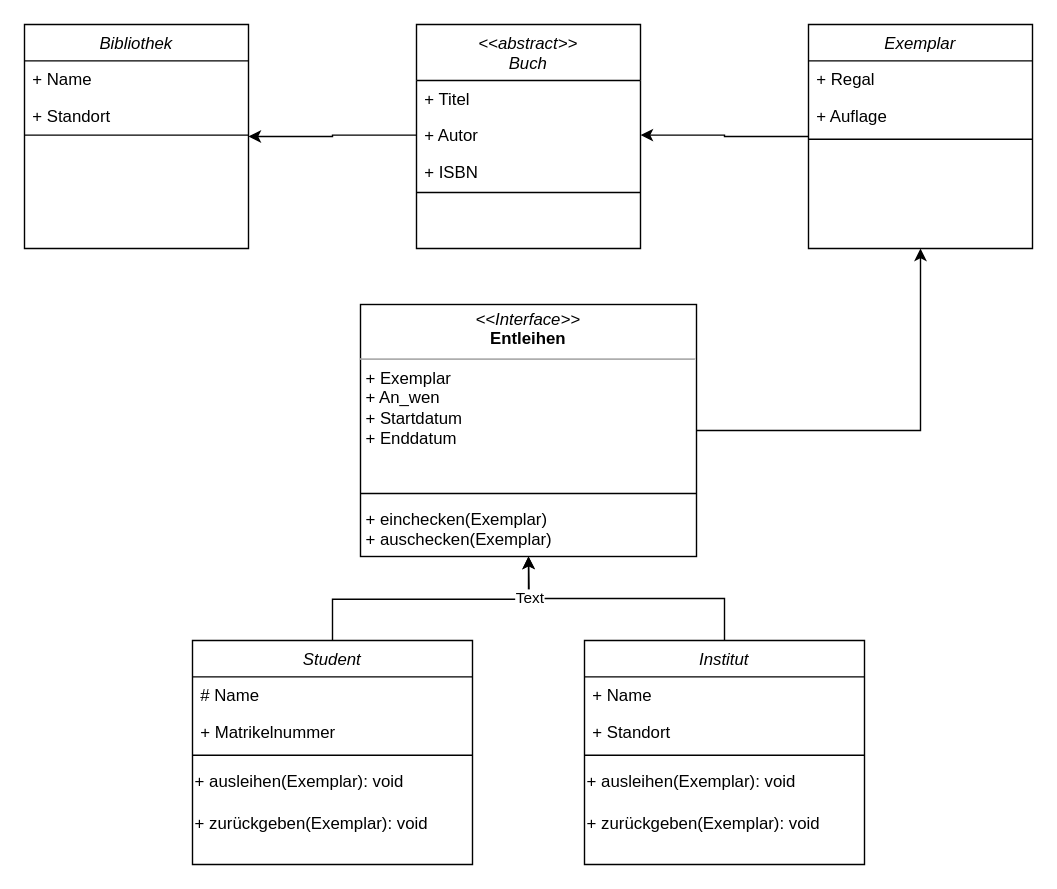
The draw.io diagram draw.io/Aufgabe03/Aufgabe03.drawio in R4Tobi/modellierung, before the edit. Source tidied: cells renumbered, new cells numbered last; positions are measured from the earlier drawing's top-left corner, leaving out a move shared by most shapes. Both pictures are drawn from the tidied source at 140%, with x=0, y=0 at pixel (24, 24).
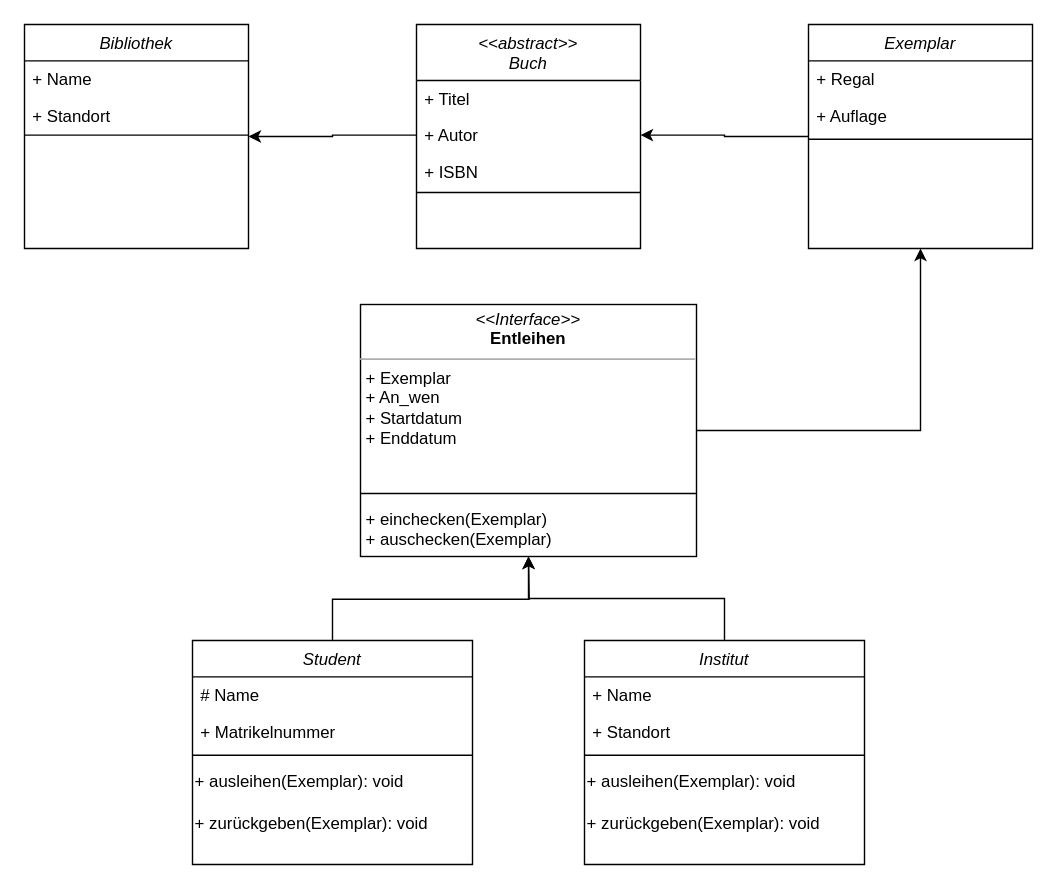
Above is the later version.

The change refers to these unchanged cells:
```xml
<mxCell id="23" style="edgeStyle=orthogonalEdgeStyle;rounded=0;jettySize=auto;html=1;entryX=0.5;entryY=1;entryDx=0;entryDy=0;" parent="1" edge="1" source="25" target="32">
  <mxGeometry relative="1" as="geometry" />
</mxCell>
```

What changed in the source:
```diff
@@
-    <mxCell id="24" value="Text" style="edgeLabel;html=1;align=center;verticalAlign=middle;" parent="23" vertex="1">
-      <mxGeometry x="0.71" relative="1" as="geometry" />
-    </mxCell>
```
